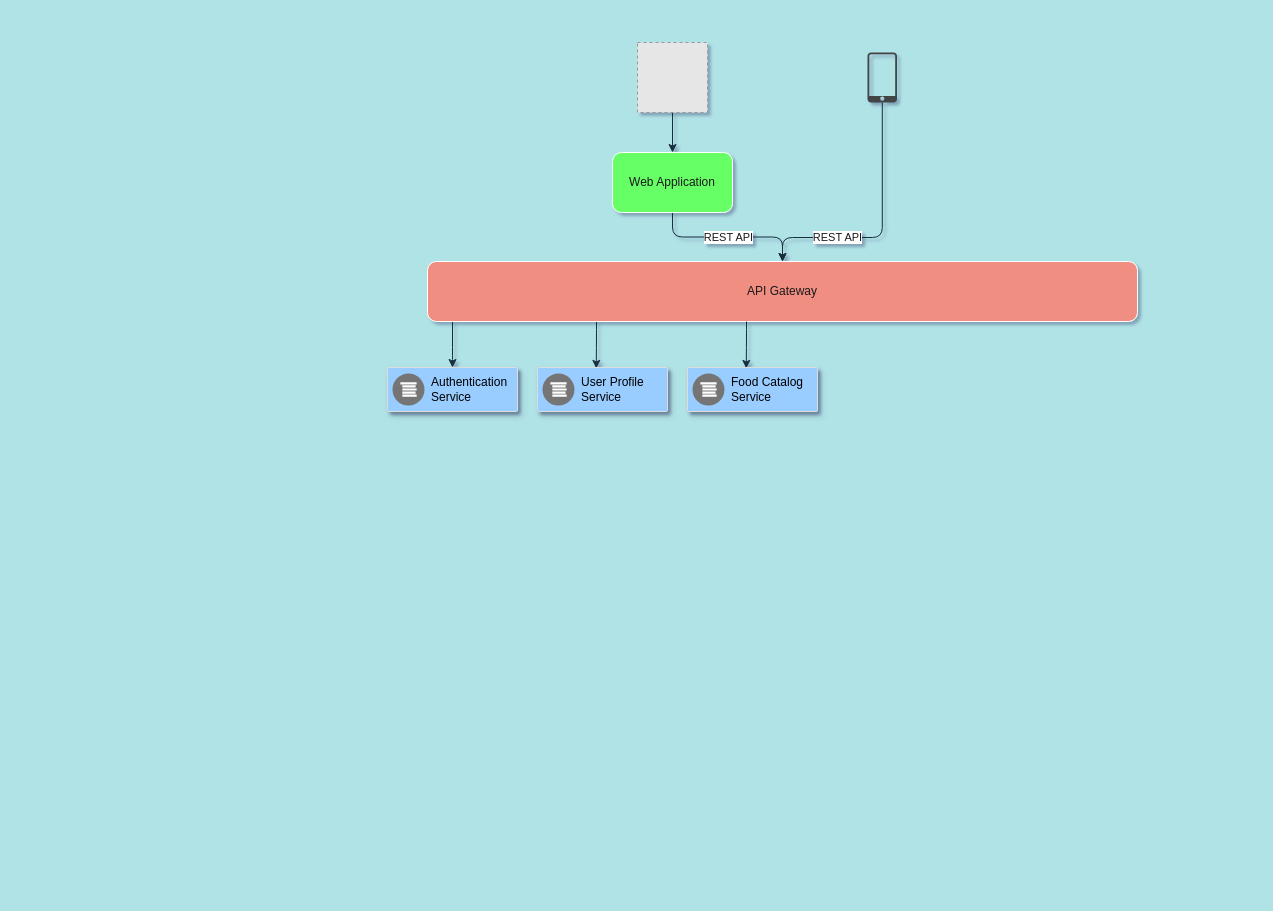
Above: page "Topology 2" (3 of 3) of Interaction-Diagram.drawio in fridgebenefits/katas (draw.io), before the change. Source tidied: cells renumbered, new cells numbered last; positions are measured from the earlier drawing's top-left corner, leaving out a move shared by most shapes. Both pictures are drawn from the tidied source at 100%, with x=0, y=0 at pixel (387, 42). Pictures stored in the file or linked from it are replaced by grey dashed boxes.
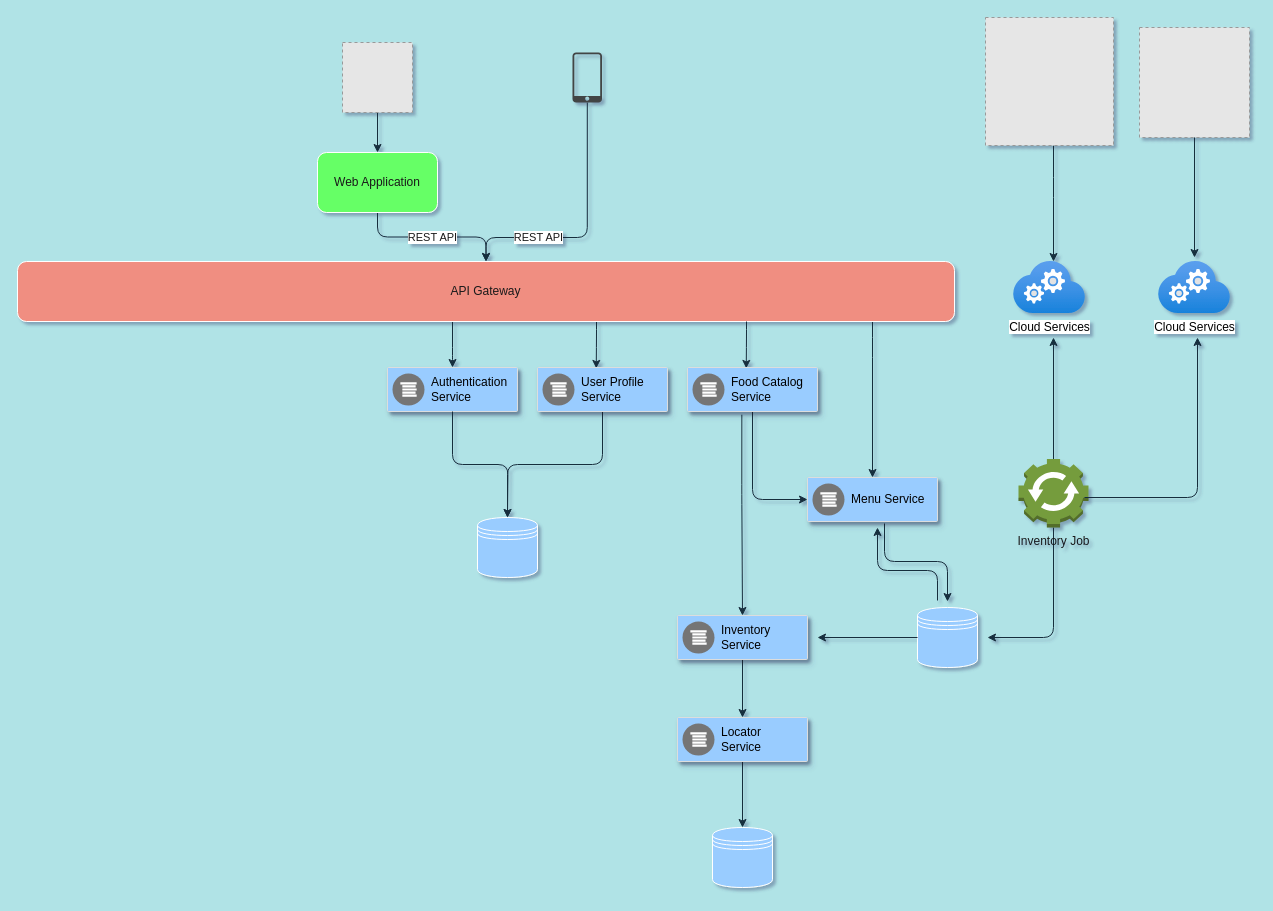
After the change.

Unchanged cells that the change refers to:
```xml
<mxCell id="11" style="strokeColor=#dddddd;shadow=1;strokeWidth=1;rounded=1;absoluteArcSize=1;arcSize=2;fontColor=#1A1A1A;fillColor=#99CCFF;" parent="1" vertex="1">
  <mxGeometry y="325" width="130" height="44" as="geometry" />
</mxCell>
<mxCell id="13" style="strokeColor=#dddddd;shadow=1;strokeWidth=1;rounded=1;absoluteArcSize=1;arcSize=2;fontColor=#1A1A1A;fillColor=#99CCFF;" parent="1" vertex="1">
  <mxGeometry x="150" y="325" width="130" height="44" as="geometry" />
</mxCell>
<mxCell id="16" style="strokeColor=#dddddd;shadow=1;strokeWidth=1;rounded=1;absoluteArcSize=1;arcSize=2;fontColor=#1A1A1A;fillColor=#99CCFF;" parent="1" vertex="1">
  <mxGeometry x="300" y="325" width="130" height="44" as="geometry" />
</mxCell>
```

Change to the diagram source:
```diff
@@
     <mxCell id="3" style="fillColor=#E6E6E6;strokeColor=#999999;dashed=1;html=1;verticalAlign=top;verticalLabelPosition=bottom;labelBackgroundColor=#ffffff;fontColor=#1A1A1A;" parent="1" vertex="1">
-      <mxGeometry x="250" width="70" height="70" as="geometry" />
+      <mxGeometry x="-45" width="70" height="70" as="geometry" />
     </mxCell>
-    <mxCell id="4" value="REST API" style="edgeStyle=orthogonalEdgeStyle;curved=0;rounded=1;jettySize=auto;html=1;strokeColor=#182E3E;fontColor=#1A1A1A;entryX=0.5;entryY=0;entryDx=0;entryDy=0;" parent="1" edge="1" source="5" target="10">
-      <mxGeometry x="0.39" relative="1" as="geometry">
+    <mxCell id="4" style="edgeStyle=orthogonalEdgeStyle;curved=0;rounded=1;jettySize=auto;html=1;strokeColor=#182E3E;fontColor=#1A1A1A;entryX=0.5;entryY=0;entryDx=0;entryDy=0;" parent="1" edge="1" source="5" target="10">
+      <mxGeometry x="-0.39" y="-75" relative="1" as="geometry">
         <Array as="points">
-          <mxPoint x="495" y="195" />
-          <mxPoint x="395" y="195" />
+          <mxPoint x="200" y="195" />
+          <mxPoint x="98" y="195" />
         </Array>
+        <mxPoint x="-75" y="75" as="offset" />
       </mxGeometry>
     </mxCell>
+    <mxCell id="18" value="REST API" style="edgeLabel;html=1;align=center;verticalAlign=middle;fontColor=#1A1A1A;" parent="4" vertex="1">
+      <mxGeometry x="0.03" y="-33" relative="1" as="geometry">
+        <mxPoint x="-16.8" as="offset" />
+      </mxGeometry>
+    </mxCell>
     <mxCell id="5" style="shadow=0;dashed=0;html=1;strokeColor=none;fillColor=#434445;labelPosition=center;verticalLabelPosition=bottom;verticalAlign=top;align=center;outlineConnect=0;shape=mxgraph.vvd.phone;rounded=0;fontColor=#1A1A1A;" parent="1" vertex="1">
-      <mxGeometry x="480" y="10" width="29.5" height="50" as="geometry" />
+      <mxGeometry x="185" y="10" width="29.5" height="50" as="geometry" />
     </mxCell>
@@
     <mxCell id="7" value="Web Application" style="rounded=1;whiteSpace=wrap;html=1;strokeColor=#FFFFFF;fontColor=#1A1A1A;fillColor=#66FF66;" parent="1" vertex="1">
-      <mxGeometry x="225" y="110" width="120" height="60" as="geometry" />
+      <mxGeometry x="-70" y="110" width="120" height="60" as="geometry" />
     </mxCell>
@@
+    <mxCell id="19" style="edgeStyle=orthogonalEdgeStyle;curved=0;rounded=1;jettySize=auto;html=1;strokeColor=#182E3E;fontColor=#1A1A1A;entryX=0.5;entryY=0;entryDx=0;entryDy=0;" parent="1" edge="1" source="10" target="26">
+      <mxGeometry relative="1" as="geometry">
+        <Array as="points">
+          <mxPoint x="485" y="305" />
+          <mxPoint x="485" y="305" />
+        </Array>
+      </mxGeometry>
+    </mxCell>
     <mxCell id="10" value="API Gateway" style="rounded=1;whiteSpace=wrap;html=1;strokeColor=#FFFFFF;fillColor=#F08E81;fontColor=#1A1A1A;" parent="1" vertex="1">
-      <mxGeometry x="40" y="219" width="710" height="60" as="geometry" />
+      <mxGeometry x="-370" y="219" width="937" height="60" as="geometry" />
     </mxCell>
@@
+    <mxCell id="20" style="edgeStyle=orthogonalEdgeStyle;curved=0;rounded=1;jettySize=auto;html=1;strokeColor=#182E3E;fontColor=#1A1A1A;" parent="1" edge="1" source="13" target="41">
+      <mxGeometry relative="1" as="geometry" />
+    </mxCell>
@@
+    <mxCell id="21" style="edgeStyle=orthogonalEdgeStyle;curved=0;rounded=1;jettySize=auto;html=1;strokeColor=#182E3E;fontColor=#1A1A1A;entryX=0;entryY=0.5;entryDx=0;entryDy=0;" parent="1" edge="1" source="16" target="26">
+      <mxGeometry relative="1" as="geometry">
+        <Array as="points">
+          <mxPoint x="365" y="457" />
+        </Array>
+      </mxGeometry>
+    </mxCell>
@@
+    <mxCell id="22" style="edgeStyle=orthogonalEdgeStyle;curved=0;rounded=1;jettySize=auto;html=1;strokeColor=#182E3E;fontColor=#1A1A1A;" parent="1" edge="1" source="23" target="24">
+      <mxGeometry relative="1" as="geometry">
+        <Array as="points">
+          <mxPoint x="666" y="145" />
+          <mxPoint x="666" y="145" />
+        </Array>
+      </mxGeometry>
+    </mxCell>
+    <mxCell id="23" style="fillColor=#E6E6E6;strokeColor=#999999;dashed=1;html=1;verticalAlign=top;verticalLabelPosition=bottom;labelBackgroundColor=#ffffff;fontColor=#1A1A1A;" parent="1" vertex="1">
+      <mxGeometry x="598" y="-25" width="128" height="128" as="geometry" />
+    </mxCell>
+    <mxCell id="24" value="Cloud Services" style="html=1;points=[];align=center;image;fontSize=12;image=img/lib/azure2/compute/Cloud_Services_Classic.svg;rounded=0;strokeColor=#FFFFFF;fillColor=#99CCFF;" parent="1" vertex="1">
+      <mxGeometry x="626" y="219" width="72" height="52" as="geometry" />
+    </mxCell>
+    <mxCell id="25" style="edgeStyle=orthogonalEdgeStyle;curved=0;rounded=1;orthogonalLoop=1;jettySize=auto;html=1;strokeColor=#182E3E;fontColor=#1A1A1A;" parent="1" edge="1">
+      <mxGeometry relative="1" as="geometry">
+        <mxPoint x="497" y="481" as="sourcePoint" />
+        <mxPoint x="560" y="559" as="targetPoint" />
+        <Array as="points">
+          <mxPoint x="497" y="519" />
+          <mxPoint x="560" y="519" />
+        </Array>
+      </mxGeometry>
+    </mxCell>
+    <mxCell id="26" style="strokeColor=#dddddd;shadow=1;strokeWidth=1;rounded=1;absoluteArcSize=1;arcSize=2;fontColor=#1A1A1A;fillColor=#99CCFF;" parent="1" vertex="1">
+      <mxGeometry x="420" y="435" width="130" height="44" as="geometry" />
+    </mxCell>
+    <mxCell id="27" value="Menu Service" style="dashed=0;html=1;fillColor=#757575;strokeColor=none;shape=mxgraph.gcp2.logs_api;labelPosition=right;verticalLabelPosition=middle;align=left;verticalAlign=middle;spacingLeft=5;fontSize=12;" parent="26" vertex="1">
+      <mxGeometry y="0.5" width="32" height="32" relative="1" as="geometry">
+        <mxPoint x="5" y="-16" as="offset" />
+      </mxGeometry>
+    </mxCell>
+    <mxCell id="28" style="fillColor=#E6E6E6;strokeColor=#999999;dashed=1;html=1;verticalAlign=top;verticalLabelPosition=bottom;labelBackgroundColor=#ffffff;fontColor=#1A1A1A;" parent="1" vertex="1">
+      <mxGeometry x="752" y="-15" width="110" height="110" as="geometry" />
+    </mxCell>
+    <mxCell id="29" value="Cloud Services" style="html=1;align=center;image;fontSize=12;image=img/lib/azure2/compute/Cloud_Services_Classic.svg;rounded=0;strokeColor=#FFFFFF;fillColor=#99CCFF;" parent="1" vertex="1">
+      <mxGeometry x="771" y="219" width="72" height="52" as="geometry" />
+    </mxCell>
+    <mxCell id="30" style="endArrow=classic;html=1;strokeColor=#182E3E;fontColor=#1A1A1A;exitX=0.5;exitY=1;exitDx=0;exitDy=0;" parent="1" edge="1">
+      <mxGeometry relative="1" as="geometry">
+        <mxPoint x="807" y="95" as="sourcePoint" />
+        <mxPoint x="807" y="215" as="targetPoint" />
+      </mxGeometry>
+    </mxCell>
+    <mxCell id="31" style="edgeStyle=orthogonalEdgeStyle;curved=0;rounded=1;jettySize=auto;html=1;strokeColor=#182E3E;fontColor=#1A1A1A;" parent="1" edge="1" source="32">
+      <mxGeometry relative="1" as="geometry">
+        <mxPoint x="600" y="595" as="targetPoint" />
+        <Array as="points">
+          <mxPoint x="666" y="595" />
+        </Array>
+      </mxGeometry>
+    </mxCell>
+    <mxCell id="32" value="Inventory Job" style="outlineConnect=0;dashed=0;verticalLabelPosition=bottom;verticalAlign=top;align=center;html=1;shape=mxgraph.aws3.automation;fillColor=#759C3E;gradientColor=none;rounded=0;strokeColor=#FFFFFF;fontColor=#1A1A1A;" parent="1" vertex="1">
+      <mxGeometry x="631" y="416.5" width="70" height="68.5" as="geometry" />
+    </mxCell>
+    <mxCell id="33" style="endArrow=classic;html=1;strokeColor=#182E3E;fontColor=#1A1A1A;" parent="1" edge="1">
+      <mxGeometry relative="1" as="geometry">
+        <mxPoint x="697" y="455" as="sourcePoint" />
+        <mxPoint x="810" y="295" as="targetPoint" />
+        <Array as="points">
+          <mxPoint x="810" y="455" />
+        </Array>
+      </mxGeometry>
+    </mxCell>
+    <mxCell id="34" style="shape=datastore;whiteSpace=wrap;html=1;rounded=0;strokeColor=#FFFFFF;fillColor=#99CCFF;fontColor=#1A1A1A;" parent="1" vertex="1">
+      <mxGeometry x="530" y="565" width="60" height="60" as="geometry" />
+    </mxCell>
+    <mxCell id="35" style="edgeStyle=orthogonalEdgeStyle;curved=0;rounded=1;jettySize=auto;html=1;strokeColor=#182E3E;fontColor=#1A1A1A;exitX=0.418;exitY=1.073;exitDx=0;exitDy=0;exitPerimeter=0;entryX=0.5;entryY=0;entryDx=0;entryDy=0;" parent="1" edge="1" source="16" target="37">
+      <mxGeometry relative="1" as="geometry">
+        <Array as="points">
+          <mxPoint x="354" y="452" />
+        </Array>
+      </mxGeometry>
+    </mxCell>
+    <mxCell id="36" style="edgeStyle=orthogonalEdgeStyle;curved=0;rounded=1;jettySize=auto;html=1;strokeColor=#182E3E;fontColor=#1A1A1A;" parent="1" edge="1" source="37" target="45">
+      <mxGeometry relative="1" as="geometry" />
+    </mxCell>
+    <mxCell id="37" style="strokeColor=#dddddd;shadow=1;strokeWidth=1;rounded=1;absoluteArcSize=1;arcSize=2;fontColor=#1A1A1A;fillColor=#99CCFF;" parent="1" vertex="1">
+      <mxGeometry x="290" y="573" width="130" height="44" as="geometry" />
+    </mxCell>
+    <mxCell id="38" value="Inventory&lt;br&gt;Service" style="dashed=0;html=1;fillColor=#757575;strokeColor=none;shape=mxgraph.gcp2.logs_api;labelPosition=right;verticalLabelPosition=middle;align=left;verticalAlign=middle;spacingLeft=5;fontSize=12;" parent="37" vertex="1">
+      <mxGeometry y="0.5" width="32" height="32" relative="1" as="geometry">
+        <mxPoint x="5" y="-16" as="offset" />
+      </mxGeometry>
+    </mxCell>
+    <mxCell id="39" style="endArrow=classic;html=1;strokeColor=#182E3E;fontColor=#1A1A1A;exitX=0;exitY=0.5;exitDx=0;exitDy=0;" parent="1" edge="1" source="34">
+      <mxGeometry relative="1" as="geometry">
+        <mxPoint x="430" y="595" as="targetPoint" />
+      </mxGeometry>
+    </mxCell>
+    <mxCell id="40" style="edgeStyle=orthogonalEdgeStyle;curved=0;rounded=1;orthogonalLoop=1;jettySize=auto;html=1;strokeColor=#182E3E;fontColor=#1A1A1A;" parent="1" edge="1">
+      <mxGeometry relative="1" as="geometry">
+        <mxPoint x="550" y="558" as="sourcePoint" />
+        <mxPoint x="490" y="485" as="targetPoint" />
+        <Array as="points">
+          <mxPoint x="550" y="528" />
+          <mxPoint x="490" y="528" />
+        </Array>
+      </mxGeometry>
+    </mxCell>
+    <mxCell id="41" style="shape=datastore;whiteSpace=wrap;html=1;rounded=0;strokeColor=#FFFFFF;fillColor=#99CCFF;fontColor=#1A1A1A;" parent="1" vertex="1">
+      <mxGeometry x="90" y="475" width="60" height="60" as="geometry" />
+    </mxCell>
+    <mxCell id="42" style="edgeStyle=orthogonalEdgeStyle;curved=0;rounded=1;jettySize=auto;html=1;strokeColor=#182E3E;fontColor=#1A1A1A;exitX=0.5;exitY=1;exitDx=0;exitDy=0;" parent="1" edge="1" source="11">
+      <mxGeometry relative="1" as="geometry">
+        <mxPoint x="120" y="475" as="targetPoint" />
+      </mxGeometry>
+    </mxCell>
+    <mxCell id="43" style="endArrow=classic;html=1;strokeColor=#182E3E;fontColor=#1A1A1A;exitX=0.5;exitY=0;exitDx=0;exitDy=0;exitPerimeter=0;" parent="1" edge="1" source="32">
+      <mxGeometry relative="1" as="geometry">
+        <mxPoint x="666" y="295" as="targetPoint" />
+      </mxGeometry>
+    </mxCell>
+    <mxCell id="44" style="edgeStyle=orthogonalEdgeStyle;curved=0;rounded=1;jettySize=auto;html=1;strokeColor=#182E3E;fontColor=#1A1A1A;" parent="1" edge="1" source="45" target="47">
+      <mxGeometry relative="1" as="geometry" />
+    </mxCell>
+    <mxCell id="45" style="strokeColor=#dddddd;shadow=1;strokeWidth=1;rounded=1;absoluteArcSize=1;arcSize=2;fontColor=#1A1A1A;fillColor=#99CCFF;" parent="1" vertex="1">
+      <mxGeometry x="290" y="675" width="130" height="44" as="geometry" />
+    </mxCell>
+    <mxCell id="46" value="Locator&lt;br&gt;Service" style="dashed=0;html=1;fillColor=#757575;strokeColor=none;shape=mxgraph.gcp2.logs_api;labelPosition=right;verticalLabelPosition=middle;align=left;verticalAlign=middle;spacingLeft=5;fontSize=12;" parent="45" vertex="1">
+      <mxGeometry y="0.5" width="32" height="32" relative="1" as="geometry">
+        <mxPoint x="5" y="-16" as="offset" />
+      </mxGeometry>
+    </mxCell>
+    <mxCell id="47" style="shape=datastore;whiteSpace=wrap;html=1;rounded=0;strokeColor=#FFFFFF;fillColor=#99CCFF;fontColor=#1A1A1A;" parent="1" vertex="1">
+      <mxGeometry x="325" y="785" width="60" height="60" as="geometry" />
+    </mxCell>
```
